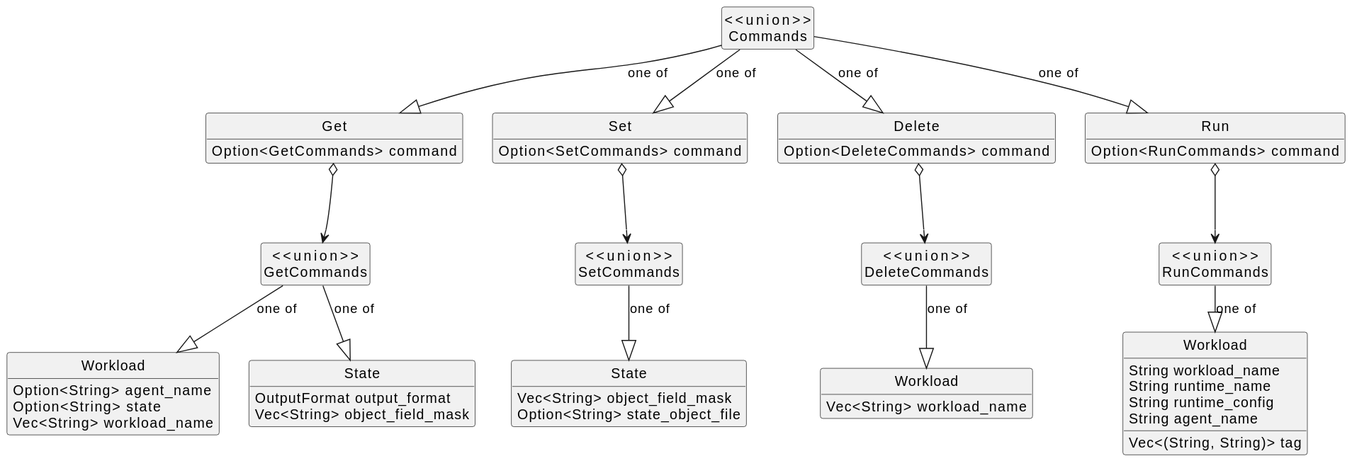
eclipse-ankaios/ankaios keeps this PlantUML diagram as ank/doc/swdesign/plantuml/class_data-structures.svg. Above is the earlier version.
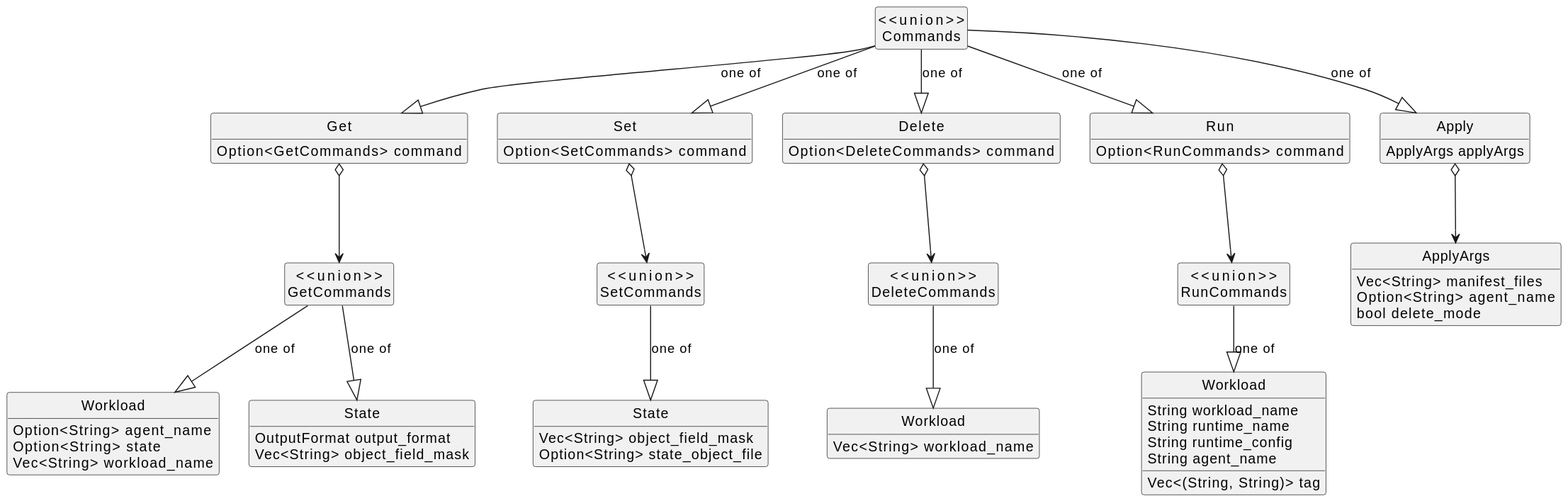
The same file after the commit.

Commit message:
adapted data view diagram

Diff of the diagram source:
```diff
@@ -1,5 +1,5 @@
 @startuml class_data-structures
-!include ../../../../doc/plantuml/clean.skin
+!include ../../../../resources/doc/plantuml/clean.skin
 
 struct "<<union>>\nCommands" as Commands
 
@@ -8,17 +8,20 @@
     struct Set
     struct Delete
     struct Run
+    struct Apply
 }
 
 Commands --|> Get : one of
 Commands --|> Set : one of
 Commands --|> Delete: one of
 Commands --|> Run : one of
+Commands --|> Apply : one of
 
 Get : Option<GetCommands> command
 Set : Option<SetCommands> command
 Delete : Option<DeleteCommands> command
 Run : Option<RunCommands> command
+Apply : ApplyArgs applyArgs
 
 struct "State" as GetState
 struct "Workload" as GetWorkload
@@ -67,8 +70,16 @@
 RunCommands --|> RunWorkload : one of
 RunCommands <--o Run
 
+struct "ApplyArgs" as ApplyArgs
+ApplyArgs : Vec<String> manifest_files
+ApplyArgs : Option<String> agent_name
+ApplyArgs : bool delete_mode
+
+ApplyArgs <--o Apply
+
 Set -[hidden]down--> SetCommands
 Get -[hidden]down--> GetCommands
 Delete -[hidden]down--> DeleteCommands
 Run -[hidden]down--> RunCommands
+Apply -[hidden]down--> ApplyArgs
 @enduml
```
